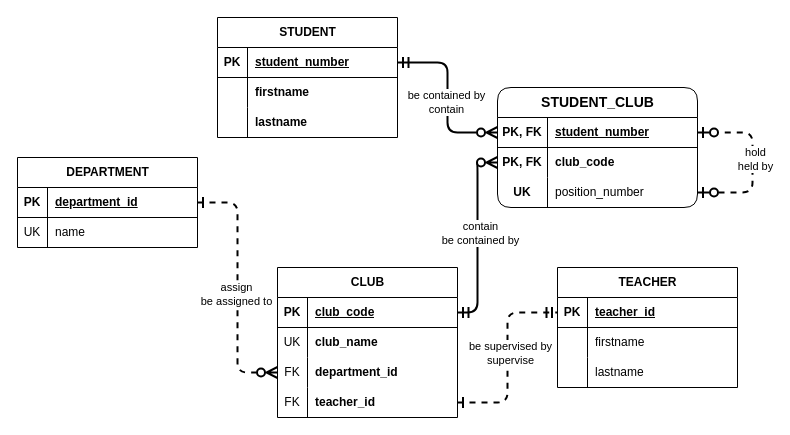
This is page "P0305b" (2 of 2) of relational-database-design/c3/P0305.drawio from qichendev/assignments, a draw.io file, before an edit. Source tidied: cells renumbered, new cells numbered last; positions are measured from the earlier drawing's top-left corner, leaving out a move shared by most shapes. Both pictures are drawn from the tidied source at 100%, with x=0, y=0 at pixel (17, 17).
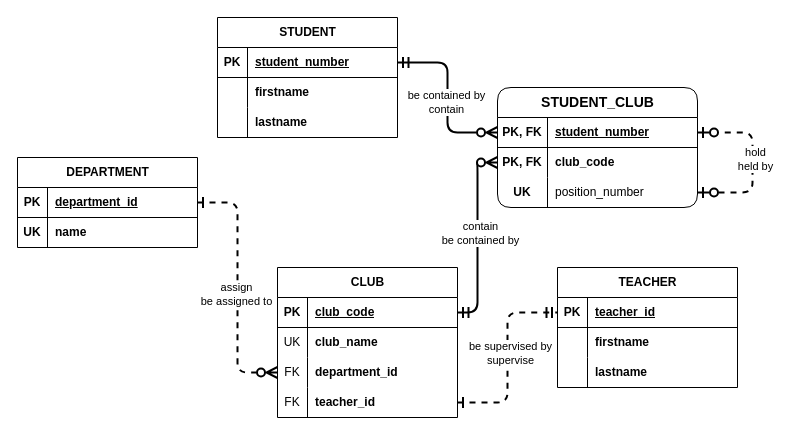
The same diagram, later.

The change refers to these unchanged cells:
```xml
<mxCell id="6" style="shape=tableRow;horizontal=0;startSize=0;swimlaneHead=0;swimlaneBody=0;fillColor=none;top=0;left=0;right=0;bottom=0;" parent="2" vertex="1">
  <mxGeometry y="60" width="180" height="30" as="geometry" />
</mxCell>
<mxCell id="26" style="shape=tableRow;horizontal=0;startSize=0;swimlaneHead=0;swimlaneBody=0;fillColor=none;top=0;left=0;right=0;bottom=0;" parent="22" vertex="1">
  <mxGeometry y="60" width="180" height="30" as="geometry" />
</mxCell>
<mxCell id="29" style="shape=tableRow;horizontal=0;startSize=0;swimlaneHead=0;swimlaneBody=0;fillColor=none;top=0;left=0;right=0;bottom=0;" parent="22" vertex="1">
  <mxGeometry y="90" width="180" height="30" as="geometry" />
</mxCell>
```

What changed in the source:
```diff
@@
-    <mxCell id="7" value="UK" style="shape=partialRectangle;fillColor=none;top=0;left=0;bottom=0;right=0;overflow=hidden;whiteSpace=wrap;html=1;" parent="6" vertex="1">
+    <mxCell id="7" value="UK" style="shape=partialRectangle;fillColor=none;top=0;left=0;bottom=0;right=0;overflow=hidden;whiteSpace=wrap;html=1;fontStyle=1;" parent="6" vertex="1">
       <mxGeometry width="30" height="30" as="geometry" />
     </mxCell>
-    <mxCell id="8" value="name" style="shape=partialRectangle;fillColor=none;top=0;left=0;bottom=0;right=0;align=left;spacingLeft=6;overflow=hidden;whiteSpace=wrap;html=1;" parent="6" vertex="1">
+    <mxCell id="8" value="name" style="shape=partialRectangle;fillColor=none;top=0;left=0;bottom=0;right=0;align=left;spacingLeft=6;overflow=hidden;whiteSpace=wrap;html=1;fontStyle=1;" parent="6" vertex="1">
       <mxGeometry x="30" width="150" height="30" as="geometry" />
     </mxCell>
@@
-    <mxCell id="28" value="firstname" style="shape=partialRectangle;fillColor=none;top=0;left=0;bottom=0;right=0;align=left;spacingLeft=6;overflow=hidden;whiteSpace=wrap;html=1;" parent="26" vertex="1">
+    <mxCell id="28" value="firstname" style="shape=partialRectangle;fillColor=none;top=0;left=0;bottom=0;right=0;align=left;spacingLeft=6;overflow=hidden;whiteSpace=wrap;html=1;fontStyle=1;" parent="26" vertex="1">
       <mxGeometry x="30" width="150" height="30" as="geometry" />
     </mxCell>
@@
-    <mxCell id="31" value="lastname" style="shape=partialRectangle;fillColor=none;top=0;left=0;bottom=0;right=0;align=left;spacingLeft=6;overflow=hidden;whiteSpace=wrap;html=1;" parent="29" vertex="1">
+    <mxCell id="31" value="lastname" style="shape=partialRectangle;fillColor=none;top=0;left=0;bottom=0;right=0;align=left;spacingLeft=6;overflow=hidden;whiteSpace=wrap;html=1;fontStyle=1;" parent="29" vertex="1">
       <mxGeometry x="30" width="150" height="30" as="geometry" />
     </mxCell>
```
